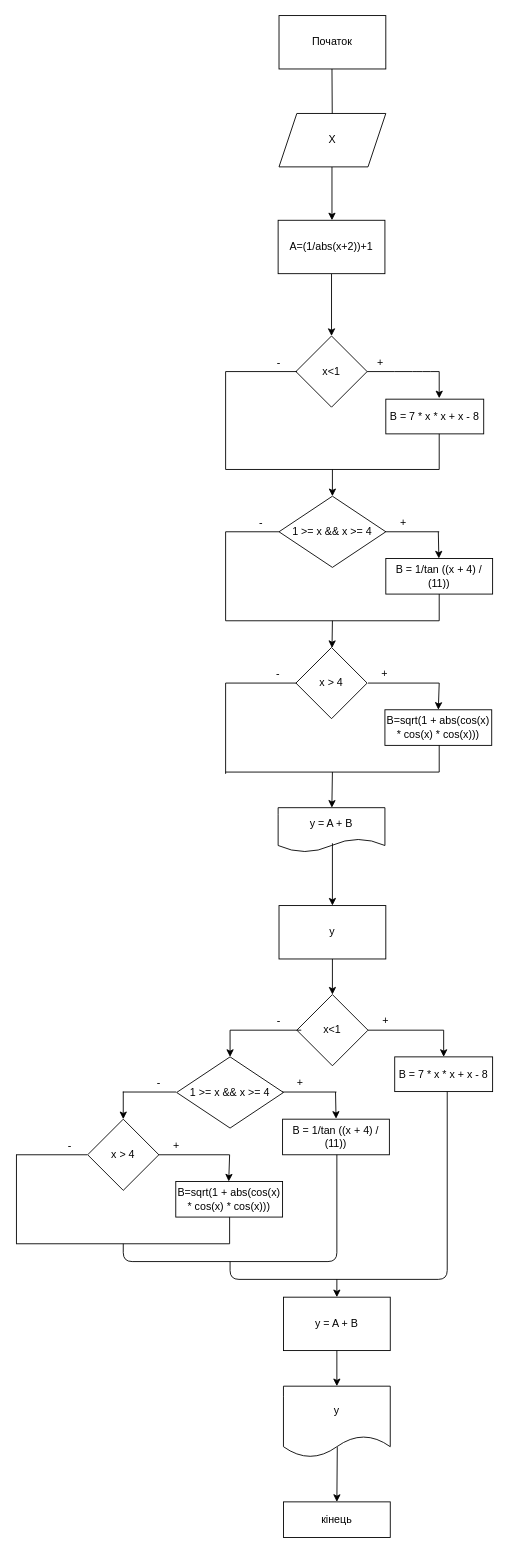
The draw.io diagram Untitled Diagram.drawio in ZhurakovskyiArtem/lab_03, before the edit. Source tidied: cells renumbered, new cells numbered last; positions are measured from the earlier drawing's top-left corner, leaving out a move shared by most shapes. Both pictures are drawn from the tidied source at 89%, with x=0, y=0 at pixel (15, 15).
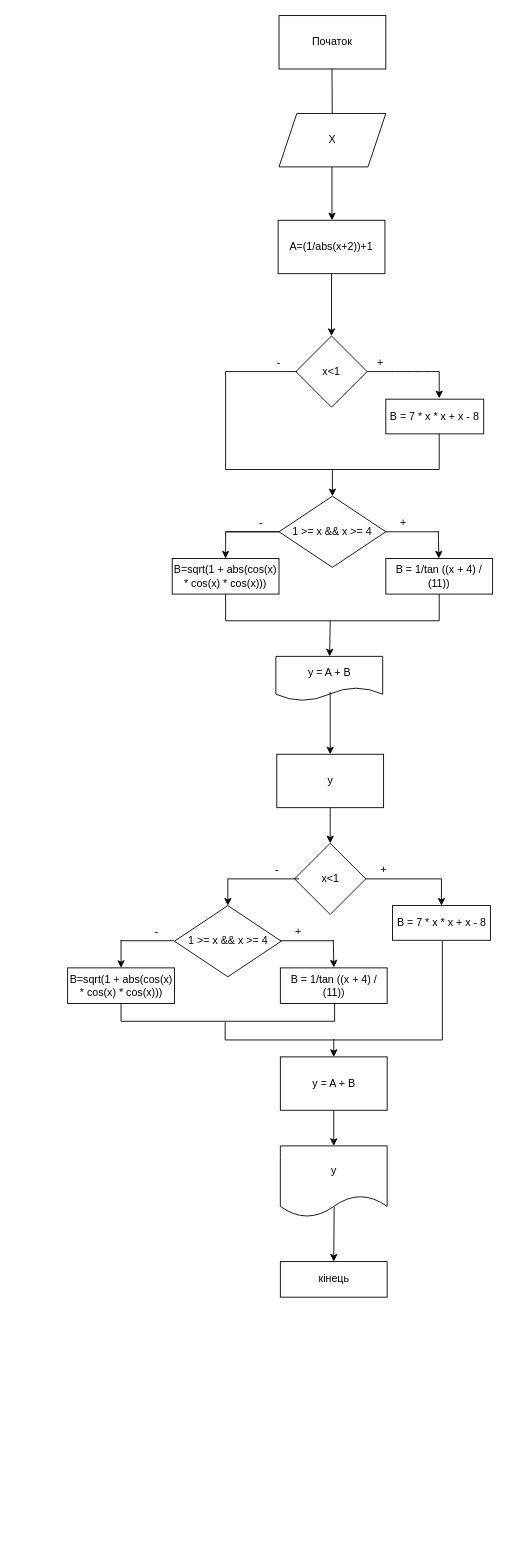
Above is the later version.

The change refers to these unchanged cells:
```xml
<mxCell id="18" value="1 &gt;= x &amp;&amp; x &gt;= 4" style="rhombus;whiteSpace=wrap;html=1;" parent="1" vertex="1">
  <mxGeometry x="296" y="540" width="120" height="80" as="geometry" />
</mxCell>
```

The edit, as a diff of the source:
```diff
@@
+    <mxCell id="86" style="edgeStyle=orthogonalEdgeStyle;rounded=0;jettySize=auto;html=1;exitX=0;exitY=0.5;exitDx=0;exitDy=0;entryX=0.5;entryY=0;entryDx=0;entryDy=0;" parent="1" edge="1" source="18" target="32">
+      <mxGeometry relative="1" as="geometry" />
+    </mxCell>
@@
-    <mxCell id="21" style="endArrow=none;html=1;" parent="1" edge="1">
-      <mxGeometry relative="1" as="geometry">
-        <mxPoint x="236" y="680" as="sourcePoint" />
-        <mxPoint x="236" y="580" as="targetPoint" />
-      </mxGeometry>
-    </mxCell>
@@
-    <mxCell id="25" style="endArrow=none;html=1;" parent="1" edge="1">
+    <mxCell id="25" style="endArrow=none;html=1;exitX=0.5;exitY=1;exitDx=0;exitDy=0;rounded=0;" parent="1" edge="1" source="32">
       <mxGeometry relative="1" as="geometry">
-        <mxPoint x="236" y="680" as="sourcePoint" />
         <mxPoint x="476" y="680" as="targetPoint" />
+        <Array as="points">
+          <mxPoint x="236" y="680" />
+        </Array>
       </mxGeometry>
     </mxCell>
-    <mxCell id="26" style="endArrow=classic;html=1;" parent="1" edge="1" target="27">
-      <mxGeometry relative="1" as="geometry">
-        <mxPoint x="356" y="680" as="sourcePoint" />
-      </mxGeometry>
-    </mxCell>
-    <mxCell id="27" value="x &gt; 4" style="rhombus;whiteSpace=wrap;html=1;" parent="1" vertex="1">
-      <mxGeometry x="315" y="710" width="80" height="80" as="geometry" />
-    </mxCell>
-    <mxCell id="28" style="endArrow=none;html=1;" parent="1" edge="1">
-      <mxGeometry relative="1" as="geometry">
-        <mxPoint x="396" y="750" as="sourcePoint" />
-        <mxPoint x="476" y="750" as="targetPoint" />
-      </mxGeometry>
-    </mxCell>
-    <mxCell id="29" style="endArrow=none;html=1;" parent="1" edge="1">
-      <mxGeometry relative="1" as="geometry">
-        <mxPoint x="236" y="750" as="sourcePoint" />
-        <mxPoint x="316" y="750" as="targetPoint" />
-      </mxGeometry>
-    </mxCell>
-    <mxCell id="30" style="endArrow=none;html=1;" parent="1" edge="1">
-      <mxGeometry relative="1" as="geometry">
-        <mxPoint x="236" y="852" as="sourcePoint" />
-        <mxPoint x="236" y="750" as="targetPoint" />
-      </mxGeometry>
-    </mxCell>
-    <mxCell id="31" style="endArrow=none;html=1;" parent="1" edge="1" target="32">
-      <mxGeometry relative="1" as="geometry">
-        <mxPoint x="476" y="780" as="sourcePoint" />
-      </mxGeometry>
-    </mxCell>
     <mxCell id="32" value="B=sqrt(1 + abs(cos(x) * cos(x) * cos(x)))" style="whiteSpace=wrap;html=1;" parent="1" vertex="1">
-      <mxGeometry x="415" y="780" width="120" height="40" as="geometry" />
+      <mxGeometry x="176" y="610" width="120" height="40" as="geometry" />
     </mxCell>
-    <mxCell id="33" style="endArrow=classic;html=1;entryX=0.5;entryY=0;entryDx=0;entryDy=0;" parent="1" edge="1" target="32">
-      <mxGeometry relative="1" as="geometry">
-        <mxPoint x="476" y="750" as="sourcePoint" />
-      </mxGeometry>
-    </mxCell>
-    <mxCell id="34" style="endArrow=none;html=1;" parent="1" edge="1">
-      <mxGeometry relative="1" as="geometry">
-        <mxPoint x="476" y="850" as="sourcePoint" />
-        <mxPoint x="476" y="820" as="targetPoint" />
-      </mxGeometry>
-    </mxCell>
-    <mxCell id="35" style="endArrow=none;html=1;" parent="1" edge="1">
-      <mxGeometry relative="1" as="geometry">
-        <mxPoint x="236" y="850" as="sourcePoint" />
-        <mxPoint x="476" y="850" as="targetPoint" />
-      </mxGeometry>
-    </mxCell>
@@
-    <mxCell id="43" value="+" style="text;html=1;strokeColor=none;fillColor=none;align=center;verticalAlign=middle;whiteSpace=wrap;" parent="1" vertex="1">
-      <mxGeometry x="395" y="730" width="40" height="20" as="geometry" />
-    </mxCell>
-    <mxCell id="44" value="-" style="text;html=1;strokeColor=none;fillColor=none;align=center;verticalAlign=middle;whiteSpace=wrap;" parent="1" vertex="1">
-      <mxGeometry x="275" y="730" width="40" height="20" as="geometry" />
-    </mxCell>
     <mxCell id="45" style="endArrow=classic;html=1;" parent="1" edge="1" target="46">
       <mxGeometry relative="1" as="geometry">
-        <mxPoint x="356" y="850" as="sourcePoint" />
+        <mxPoint x="353.5" y="680" as="sourcePoint" />
       </mxGeometry>
     </mxCell>
     <mxCell id="46" value="y = A + B" style="shape=document;whiteSpace=wrap;html=1;boundedLbl=1;" parent="1" vertex="1">
-      <mxGeometry x="295" y="890" width="120" height="50" as="geometry" />
+      <mxGeometry x="292.5" y="720" width="120" height="50" as="geometry" />
     </mxCell>
     <mxCell id="47" value="x&amp;lt;1" style="rhombus;whiteSpace=wrap;html=1;" parent="1" vertex="1">
-      <mxGeometry x="316" y="1100" width="80" height="80" as="geometry" />
+      <mxGeometry x="313.5" y="930" width="80" height="80" as="geometry" />
     </mxCell>
     <mxCell id="48" style="endArrow=none;html=1;exitX=1;exitY=0.5;exitDx=0;exitDy=0;" parent="1" edge="1" source="47">
       <mxGeometry relative="1" as="geometry">
-        <mxPoint x="481" y="1140" as="targetPoint" />
+        <mxPoint x="478.5" y="970" as="targetPoint" />
       </mxGeometry>
     </mxCell>
     <mxCell id="49" style="endArrow=none;html=1;" parent="1" edge="1">
       <mxGeometry relative="1" as="geometry">
-        <mxPoint x="241" y="1140" as="sourcePoint" />
-        <mxPoint x="321" y="1140" as="targetPoint" />
+        <mxPoint x="238.5" y="970" as="sourcePoint" />
+        <mxPoint x="318.5" y="970" as="targetPoint" />
       </mxGeometry>
     </mxCell>
     <mxCell id="50" style="endArrow=classic;html=1;" parent="1" edge="1">
       <mxGeometry relative="1" as="geometry">
-        <mxPoint x="481" y="1140" as="sourcePoint" />
-        <mxPoint x="481" y="1170" as="targetPoint" />
+        <mxPoint x="478.5" y="970" as="sourcePoint" />
+        <mxPoint x="478.5" y="1000" as="targetPoint" />
       </mxGeometry>
     </mxCell>
     <mxCell id="51" style="endArrow=classic;html=1;" parent="1" edge="1">
       <mxGeometry relative="1" as="geometry">
-        <mxPoint x="241" y="1140" as="sourcePoint" />
-        <mxPoint x="241" y="1170" as="targetPoint" />
+        <mxPoint x="238.5" y="970" as="sourcePoint" />
+        <mxPoint x="238.5" y="1000" as="targetPoint" />
       </mxGeometry>
     </mxCell>
     <mxCell id="52" value="B = 7 * x * x + x - 8" style="whiteSpace=wrap;html=1;" parent="1" vertex="1">
-      <mxGeometry x="426" y="1170" width="110" height="39" as="geometry" />
+      <mxGeometry x="423.5" y="1000" width="110" height="39" as="geometry" />
     </mxCell>
     <mxCell id="53" value="1 &gt;= x &amp;&amp; x &gt;= 4" style="rhombus;whiteSpace=wrap;html=1;" parent="1" vertex="1">
-      <mxGeometry x="181" y="1170" width="120" height="80" as="geometry" />
+      <mxGeometry x="178.5" y="1000" width="120" height="80" as="geometry" />
     </mxCell>
     <mxCell id="54" style="endArrow=none;html=1;" parent="1" edge="1">
       <mxGeometry relative="1" as="geometry">
-        <mxPoint x="120.5" y="1209.5" as="sourcePoint" />
-        <mxPoint x="180.5" y="1209.5" as="targetPoint" />
+        <mxPoint x="118" y="1039.5" as="sourcePoint" />
+        <mxPoint x="178" y="1039.5" as="targetPoint" />
       </mxGeometry>
     </mxCell>
     <mxCell id="55" style="endArrow=none;html=1;startArrow=none;exitX=0;exitY=1;exitDx=0;exitDy=0;" parent="1" edge="1">
       <mxGeometry relative="1" as="geometry">
-        <mxPoint x="300.5" y="1209.5" as="sourcePoint" />
-        <mxPoint x="360.5" y="1209.5" as="targetPoint" />
+        <mxPoint x="298" y="1039.5" as="sourcePoint" />
+        <mxPoint x="358" y="1039.5" as="targetPoint" />
       </mxGeometry>
     </mxCell>
     <mxCell id="56" style="endArrow=classic;html=1;" parent="1" edge="1">
       <mxGeometry relative="1" as="geometry">
-        <mxPoint x="359.5" y="1209.5" as="sourcePoint" />
-        <mxPoint x="360.1" y="1239.5" as="targetPoint" />
+        <mxPoint x="357" y="1039.5" as="sourcePoint" />
+        <mxPoint x="357.6" y="1069.5" as="targetPoint" />
       </mxGeometry>
     </mxCell>
     <mxCell id="57" style="endArrow=none;html=1;" parent="1" edge="1">
       <mxGeometry relative="1" as="geometry">
-        <mxPoint x="299.5" y="1209.5" as="sourcePoint" />
-        <mxPoint x="300.5" y="1209" as="targetPoint" />
+        <mxPoint x="297" y="1039.5" as="sourcePoint" />
+        <mxPoint x="298" y="1039" as="targetPoint" />
       </mxGeometry>
     </mxCell>
     <mxCell id="58" style="endArrow=classic;html=1;" parent="1" edge="1">
       <mxGeometry relative="1" as="geometry">
-        <mxPoint x="121" y="1209" as="sourcePoint" />
-        <mxPoint x="121" y="1240" as="targetPoint" />
+        <mxPoint x="118.5" y="1039" as="sourcePoint" />
+        <mxPoint x="118.5" y="1070" as="targetPoint" />
       </mxGeometry>
     </mxCell>
-    <mxCell id="59" value="x &gt; 4" style="rhombus;whiteSpace=wrap;html=1;" parent="1" vertex="1">
-      <mxGeometry x="81" y="1240" width="80" height="80" as="geometry" />
-    </mxCell>
-    <mxCell id="60" style="endArrow=none;html=1;" parent="1" edge="1">
-      <mxGeometry relative="1" as="geometry">
-        <mxPoint x="160.5" y="1280" as="sourcePoint" />
-        <mxPoint x="240.5" y="1280" as="targetPoint" />
-      </mxGeometry>
-    </mxCell>
-    <mxCell id="61" style="endArrow=none;html=1;" parent="1" edge="1">
-      <mxGeometry relative="1" as="geometry">
-        <mxPoint x="0.5" y="1280" as="sourcePoint" />
-        <mxPoint x="80.5" y="1280" as="targetPoint" />
-      </mxGeometry>
-    </mxCell>
     <mxCell id="62" style="endArrow=none;html=1;" parent="1" edge="1">
       <mxGeometry relative="1" as="geometry">
-        <mxPoint x="240.5" y="1310" as="sourcePoint" />
-        <mxPoint x="240.5" y="1310" as="targetPoint" />
+        <mxPoint x="238" y="1140" as="sourcePoint" />
+        <mxPoint x="238" y="1140" as="targetPoint" />
       </mxGeometry>
     </mxCell>
-    <mxCell id="63" style="endArrow=classic;html=1;entryX=0.5;entryY=0;entryDx=0;entryDy=0;" parent="1" edge="1">
-      <mxGeometry relative="1" as="geometry">
-        <mxPoint x="240.5" y="1280" as="sourcePoint" />
-        <mxPoint x="239.5" y="1310" as="targetPoint" />
-      </mxGeometry>
-    </mxCell>
-    <mxCell id="64" style="endArrow=none;html=1;" parent="1" edge="1">
-      <mxGeometry relative="1" as="geometry">
-        <mxPoint x="240.5" y="1380" as="sourcePoint" />
-        <mxPoint x="240.5" y="1350" as="targetPoint" />
-      </mxGeometry>
-    </mxCell>
-    <mxCell id="65" style="endArrow=none;html=1;" parent="1" edge="1">
-      <mxGeometry relative="1" as="geometry">
-        <mxPoint x="0.5" y="1380" as="sourcePoint" />
-        <mxPoint x="240.5" y="1380" as="targetPoint" />
-      </mxGeometry>
-    </mxCell>
     <mxCell id="66" value="B = 1/tan ((x + 4) / (11))" style="whiteSpace=wrap;html=1;direction=west;" parent="1" vertex="1">
-      <mxGeometry x="300" y="1240" width="120" height="40" as="geometry" />
+      <mxGeometry x="297.5" y="1070" width="120" height="40" as="geometry" />
     </mxCell>
-    <mxCell id="67" style="endArrow=none;html=1;" parent="1" edge="1">
-      <mxGeometry relative="1" as="geometry">
-        <mxPoint x="1" y="1380" as="sourcePoint" />
-        <mxPoint x="1" y="1280" as="targetPoint" />
-      </mxGeometry>
-    </mxCell>
     <mxCell id="68" value="B=sqrt(1 + abs(cos(x) * cos(x) * cos(x)))" style="whiteSpace=wrap;html=1;" parent="1" vertex="1">
-      <mxGeometry x="180" y="1310" width="120" height="40" as="geometry" />
+      <mxGeometry x="58.5" y="1070" width="120" height="40" as="geometry" />
     </mxCell>
-    <mxCell id="69" style="endArrow=none;html=1;" parent="1" edge="1">
+    <mxCell id="69" style="endArrow=none;html=1;rounded=0;" parent="1" edge="1">
       <mxGeometry relative="1" as="geometry">
-        <mxPoint x="121" y="1380" as="sourcePoint" />
-        <mxPoint x="361" y="1280" as="targetPoint" />
+        <mxPoint x="118.5" y="1110" as="sourcePoint" />
+        <mxPoint x="358.5" y="1110" as="targetPoint" />
         <Array as="points">
-          <mxPoint x="121" y="1400" />
-          <mxPoint x="361" y="1400" />
+          <mxPoint x="118.5" y="1130" />
+          <mxPoint x="358.5" y="1130" />
         </Array>
       </mxGeometry>
     </mxCell>
-    <mxCell id="70" style="endArrow=none;html=1;" parent="1" edge="1">
+    <mxCell id="70" style="endArrow=none;html=1;rounded=0;" parent="1" edge="1">
       <mxGeometry relative="1" as="geometry">
-        <mxPoint x="241" y="1400" as="sourcePoint" />
-        <mxPoint x="485" y="1209" as="targetPoint" />
+        <mxPoint x="235.5" y="1131" as="sourcePoint" />
+        <mxPoint x="479.5" y="1040" as="targetPoint" />
         <Array as="points">
-          <mxPoint x="241" y="1420" />
-          <mxPoint x="485" y="1420" />
+          <mxPoint x="235.5" y="1151" />
+          <mxPoint x="479.5" y="1151" />
         </Array>
       </mxGeometry>
     </mxCell>
     <mxCell id="71" style="endArrow=classic;html=1;" parent="1" edge="1" target="72">
       <mxGeometry relative="1" as="geometry">
-        <mxPoint x="361" y="1420" as="sourcePoint" />
+        <mxPoint x="357.5" y="1150" as="sourcePoint" />
       </mxGeometry>
     </mxCell>
     <mxCell id="72" value="y = A + B" style="whiteSpace=wrap;html=1;" parent="1" vertex="1">
-      <mxGeometry x="301" y="1440" width="120" height="60" as="geometry" />
+      <mxGeometry x="297.5" y="1170" width="120" height="60" as="geometry" />
     </mxCell>
     <mxCell id="73" value="y" style="whiteSpace=wrap;html=1;" parent="1" vertex="1">
-      <mxGeometry x="296" y="1000" width="120" height="60" as="geometry" />
+      <mxGeometry x="293.5" y="830" width="120" height="60" as="geometry" />
     </mxCell>
@@
     <mxCell id="75" style="endArrow=classic;html=1;entryX=0.5;entryY=0;entryDx=0;entryDy=0;" parent="1" edge="1" target="73">
       <mxGeometry relative="1" as="geometry">
-        <mxPoint x="356" y="930" as="sourcePoint" />
+        <mxPoint x="353.5" y="760" as="sourcePoint" />
       </mxGeometry>
     </mxCell>
     <mxCell id="76" value="+" style="text;html=1;strokeColor=none;fillColor=none;align=center;verticalAlign=middle;whiteSpace=wrap;" parent="1" vertex="1">
-      <mxGeometry x="396" y="1120" width="40" height="20" as="geometry" />
+      <mxGeometry x="393.5" y="950" width="40" height="20" as="geometry" />
     </mxCell>
     <mxCell id="77" value="-" style="text;html=1;strokeColor=none;fillColor=none;align=center;verticalAlign=middle;whiteSpace=wrap;" parent="1" vertex="1">
-      <mxGeometry x="276" y="1120" width="40" height="20" as="geometry" />
+      <mxGeometry x="273.5" y="950" width="40" height="20" as="geometry" />
     </mxCell>
     <mxCell id="78" value="+" style="text;html=1;strokeColor=none;fillColor=none;align=center;verticalAlign=middle;whiteSpace=wrap;" parent="1" vertex="1">
-      <mxGeometry x="300" y="1189" width="40" height="20" as="geometry" />
+      <mxGeometry x="297.5" y="1019" width="40" height="20" as="geometry" />
     </mxCell>
     <mxCell id="79" value="-" style="text;html=1;strokeColor=none;fillColor=none;align=center;verticalAlign=middle;whiteSpace=wrap;" parent="1" vertex="1">
-      <mxGeometry x="141" y="1189" width="40" height="20" as="geometry" />
+      <mxGeometry x="138.5" y="1019" width="40" height="20" as="geometry" />
     </mxCell>
-    <mxCell id="80" value="+" style="text;html=1;strokeColor=none;fillColor=none;align=center;verticalAlign=middle;whiteSpace=wrap;" parent="1" vertex="1">
-      <mxGeometry x="161" y="1260" width="40" height="20" as="geometry" />
-    </mxCell>
-    <mxCell id="81" value="-" style="text;html=1;strokeColor=none;fillColor=none;align=center;verticalAlign=middle;whiteSpace=wrap;" parent="1" vertex="1">
-      <mxGeometry x="41" y="1260" width="40" height="20" as="geometry" />
-    </mxCell>
     <mxCell id="82" style="endArrow=classic;html=1;entryX=0.5;entryY=0;entryDx=0;entryDy=0;exitX=0.5;exitY=1;exitDx=0;exitDy=0;" parent="1" edge="1" source="72">
       <mxGeometry relative="1" as="geometry">
-        <mxPoint x="361" y="1540" as="targetPoint" />
+        <mxPoint x="357.5" y="1270" as="targetPoint" />
       </mxGeometry>
     </mxCell>
     <mxCell id="83" value="кінець" style="whiteSpace=wrap;html=1;" parent="1" vertex="1">
-      <mxGeometry x="301" y="1670" width="120" height="40" as="geometry" />
+      <mxGeometry x="297.5" y="1400" width="120" height="40" as="geometry" />
     </mxCell>
@@
     <mxCell id="85" value="y" style="shape=document;whiteSpace=wrap;html=1;boundedLbl=1;rounded=1;" parent="1" vertex="1">
-      <mxGeometry x="301" y="1540" width="120" height="80" as="geometry" />
+      <mxGeometry x="297.5" y="1270" width="120" height="80" as="geometry" />
     </mxCell>
```
